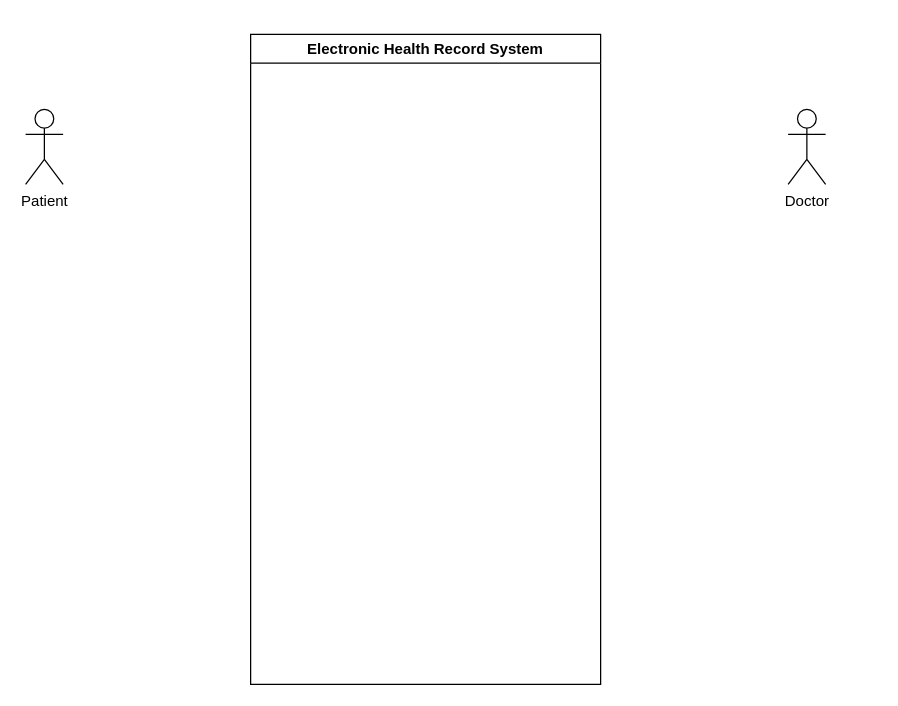
The draw.io diagram Use Case Diagram/Use Case Diagram.drawio in uvic-teach/project-m1-team10, before the edit. Source tidied: cells renumbered, new cells numbered last; positions are measured from the earlier drawing's top-left corner, leaving out a move shared by most shapes. Both pictures are drawn from the tidied source at 125%, with x=0, y=0 at pixel (25, 34).
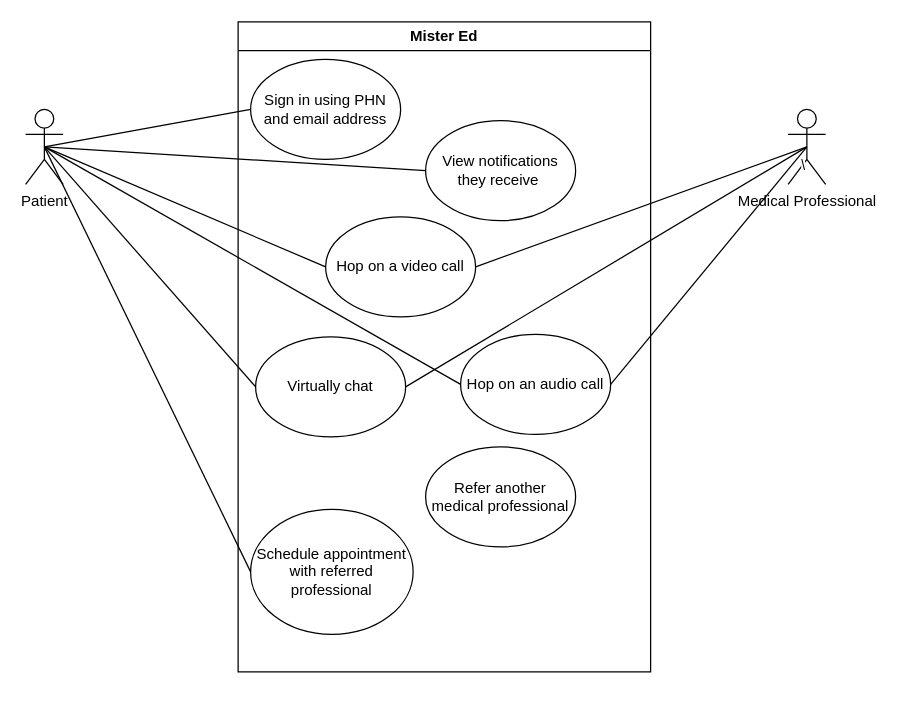
Above is the later version.

Unchanged cells that the change refers to:
```xml
<mxCell id="2" value="&lt;div&gt;Patient&lt;/div&gt;&lt;div&gt;&lt;br&gt;&lt;/div&gt;" style="shape=umlActor;verticalLabelPosition=bottom;verticalAlign=top;html=1;outlineConnect=0;" parent="1" vertex="1">
  <mxGeometry y="60" width="30" height="60" as="geometry" />
</mxCell>
```

What changed in the source:
```diff
@@
-    <mxCell id="3" value="&lt;div&gt;Electronic Health Record System&lt;/div&gt;" style="swimlane;whiteSpace=wrap;html=1;" parent="1" vertex="1">
-      <mxGeometry x="180" width="280" height="520" as="geometry" />
+    <mxCell id="3" value="Mister Ed" style="swimlane;whiteSpace=wrap;html=1;" parent="1" vertex="1">
+      <mxGeometry x="170" y="-10" width="330" height="520" as="geometry" />
     </mxCell>
+    <mxCell id="5" value="Sign in using PHN and email address" style="ellipse;whiteSpace=wrap;html=1;" parent="3" vertex="1">
+      <mxGeometry x="10" y="30" width="120" height="80" as="geometry" />
+    </mxCell>
+    <mxCell id="6" value="View notifications they receive&amp;nbsp;" style="ellipse;whiteSpace=wrap;html=1;" parent="3" vertex="1">
+      <mxGeometry x="150" y="79" width="120" height="80" as="geometry" />
+    </mxCell>
+    <mxCell id="7" value="Hop on a video call" style="ellipse;whiteSpace=wrap;html=1;" parent="3" vertex="1">
+      <mxGeometry x="70" y="156" width="120" height="80" as="geometry" />
+    </mxCell>
+    <mxCell id="8" value="Hop on an audio call" style="ellipse;whiteSpace=wrap;html=1;" parent="3" vertex="1">
+      <mxGeometry x="178" y="250" width="120" height="80" as="geometry" />
+    </mxCell>
+    <mxCell id="9" value="Virtually chat" style="ellipse;whiteSpace=wrap;html=1;" parent="3" vertex="1">
+      <mxGeometry x="14" y="252" width="120" height="80" as="geometry" />
+    </mxCell>
+    <mxCell id="10" value="Refer another medical professional" style="ellipse;whiteSpace=wrap;html=1;" parent="3" vertex="1">
+      <mxGeometry x="150" y="340" width="120" height="80" as="geometry" />
+    </mxCell>
+    <mxCell id="11" value="Schedule appointment with referred professional" style="ellipse;whiteSpace=wrap;html=1;" parent="3" vertex="1">
+      <mxGeometry x="10" y="390" width="130" height="100" as="geometry" />
+    </mxCell>
-    <mxCell id="4" value="&lt;div&gt;Doctor&lt;/div&gt;&lt;div&gt;&lt;br&gt;&lt;/div&gt;" style="shape=umlActor;verticalLabelPosition=bottom;verticalAlign=top;html=1;outlineConnect=0;" parent="1" vertex="1">
+    <mxCell id="4" value="Medical Professional" style="shape=umlActor;verticalLabelPosition=bottom;verticalAlign=top;html=1;outlineConnect=0;" parent="1" vertex="1">
       <mxGeometry x="610" y="60" width="30" height="60" as="geometry" />
     </mxCell>
+    <mxCell id="12" style="endArrow=none;html=1;rounded=0;exitX=0.5;exitY=0.5;exitDx=0;exitDy=0;exitPerimeter=0;entryX=0;entryY=0.5;entryDx=0;entryDy=0;" parent="1" edge="1" source="2" target="5">
+      <mxGeometry relative="1" as="geometry" />
+    </mxCell>
+    <mxCell id="13" style="endArrow=none;html=1;rounded=0;exitX=0.5;exitY=0.5;exitDx=0;exitDy=0;exitPerimeter=0;entryX=0;entryY=0.5;entryDx=0;entryDy=0;" parent="1" edge="1" source="2" target="7">
+      <mxGeometry relative="1" as="geometry" />
+    </mxCell>
+    <mxCell id="14" style="endArrow=none;html=1;rounded=0;exitX=0.5;exitY=0.5;exitDx=0;exitDy=0;exitPerimeter=0;entryX=0;entryY=0.5;entryDx=0;entryDy=0;" parent="1" edge="1" source="2" target="9">
+      <mxGeometry relative="1" as="geometry" />
+    </mxCell>
+    <mxCell id="15" style="endArrow=none;html=1;rounded=0;entryX=0;entryY=0.5;entryDx=0;entryDy=0;exitX=0.5;exitY=0.5;exitDx=0;exitDy=0;exitPerimeter=0;" parent="1" edge="1" source="2" target="11">
+      <mxGeometry relative="1" as="geometry" />
+    </mxCell>
+    <mxCell id="16" style="endArrow=none;html=1;rounded=0;exitX=0.5;exitY=0.5;exitDx=0;exitDy=0;exitPerimeter=0;entryX=0;entryY=0.5;entryDx=0;entryDy=0;" parent="1" edge="1" source="2" target="6">
+      <mxGeometry relative="1" as="geometry" />
+    </mxCell>
+    <mxCell id="17" style="endArrow=none;html=1;rounded=0;exitX=0.5;exitY=0.5;exitDx=0;exitDy=0;exitPerimeter=0;entryX=0;entryY=0.5;entryDx=0;entryDy=0;" parent="1" edge="1" source="2" target="8">
+      <mxGeometry relative="1" as="geometry" />
+    </mxCell>
+    <mxCell id="18" style="endArrow=none;html=1;rounded=0;exitX=1;exitY=0.5;exitDx=0;exitDy=0;entryX=0.5;entryY=0.5;entryDx=0;entryDy=0;entryPerimeter=0;" parent="1" edge="1" source="7" target="4">
+      <mxGeometry relative="1" as="geometry" />
+    </mxCell>
+    <mxCell id="19" style="endArrow=none;html=1;rounded=0;exitX=1;exitY=0.5;exitDx=0;exitDy=0;entryX=0.5;entryY=0.5;entryDx=0;entryDy=0;entryPerimeter=0;" parent="1" edge="1" source="9" target="4">
+      <mxGeometry relative="1" as="geometry" />
+    </mxCell>
+    <mxCell id="20" style="endArrow=none;html=1;rounded=0;exitX=1;exitY=0.5;exitDx=0;exitDy=0;entryX=0.5;entryY=0.5;entryDx=0;entryDy=0;entryPerimeter=0;" parent="1" edge="1" source="8" target="4">
+      <mxGeometry relative="1" as="geometry" />
+    </mxCell>
+    <mxCell id="21" value="\" style="edgeLabel;html=1;align=center;verticalAlign=middle;" parent="20" vertex="1">
+      <mxGeometry x="0.9" y="-6" relative="1" as="geometry">
+        <mxPoint y="1" as="offset" />
+      </mxGeometry>
+    </mxCell>
```
